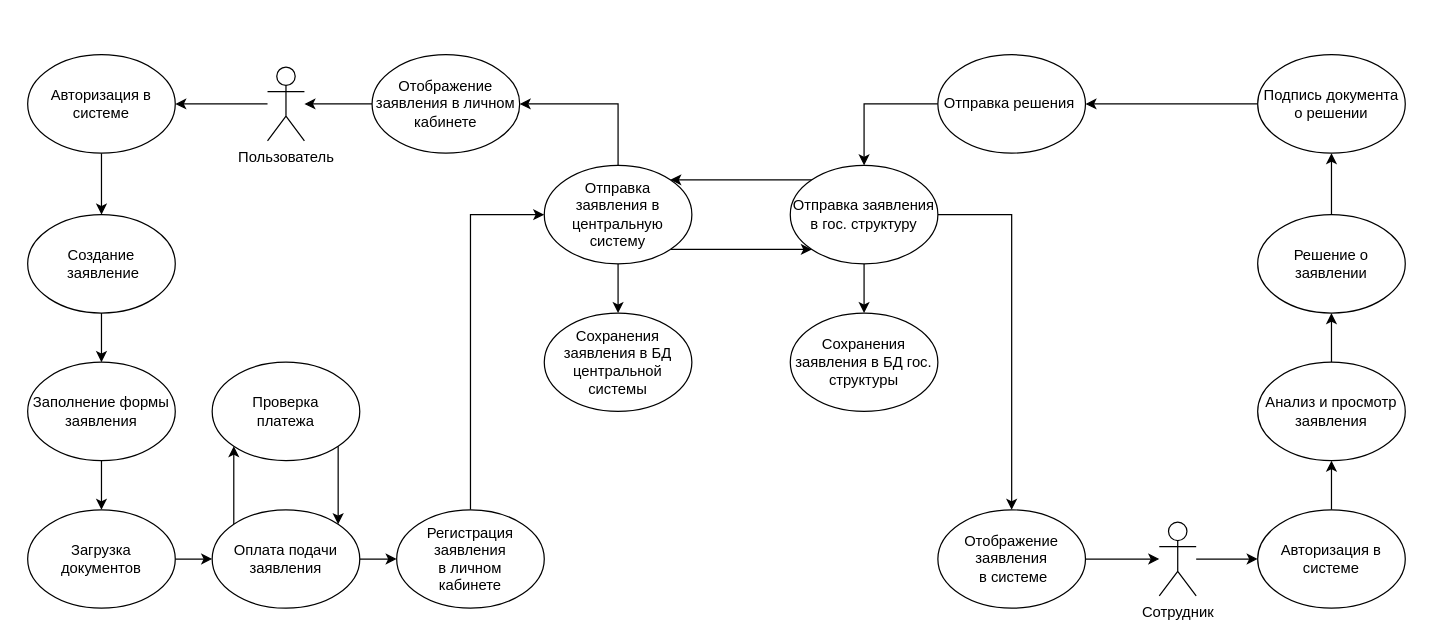
Above: Диаграмма без названия.drawio in Paremir/Asp.Net-2 (draw.io), before the change. Source tidied: cells renumbered, new cells numbered last; positions are measured from the earlier drawing's top-left corner, leaving out a move shared by most shapes. Both pictures are drawn from the tidied source at 123%, with x=0, y=0 at pixel (27, 54).
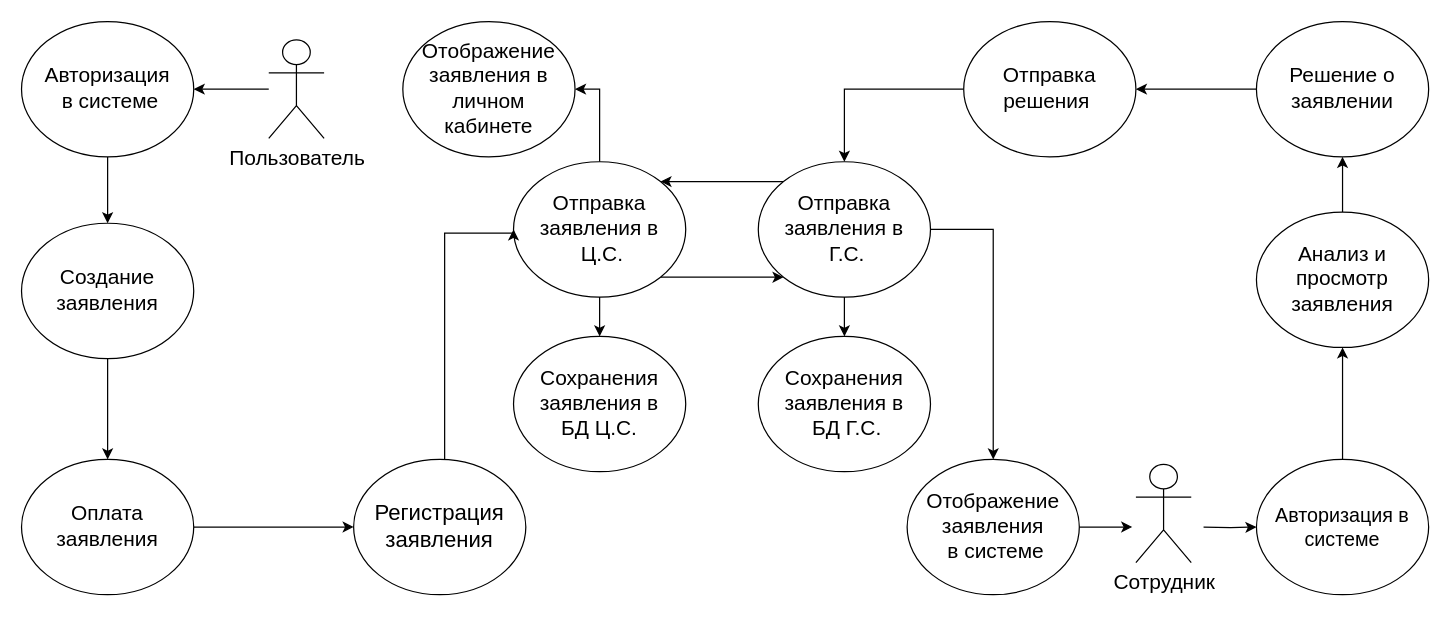
After the change.

What changed in the source:
```diff
@@
-    <mxCell id="3" value="Пользователь" style="shape=umlActor;verticalLabelPosition=bottom;verticalAlign=top;html=1;outlineConnect=0;" parent="1" vertex="1">
-      <mxGeometry x="195" y="10" width="30" height="60" as="geometry" />
+    <mxCell id="3" value="Пользователь" style="shape=umlActor;verticalLabelPosition=bottom;verticalAlign=top;html=1;outlineConnect=0;fontSize=17;" parent="1" vertex="1">
+      <mxGeometry x="196" y="-12" width="45" height="80" as="geometry" />
     </mxCell>
-    <mxCell id="4" style="edgeStyle=orthogonalEdgeStyle;rounded=0;jettySize=auto;html=1;entryX=0;entryY=0.5;entryDx=0;entryDy=0;" parent="1" edge="1" source="5" target="42">
-      <mxGeometry relative="1" as="geometry" />
+    <mxCell id="4" style="edgeStyle=orthogonalEdgeStyle;rounded=0;jettySize=auto;html=1;entryX=0;entryY=0.5;entryDx=0;entryDy=0;" parent="1" edge="1" target="42">
+      <mxGeometry relative="1" as="geometry">
+        <mxPoint x="956" y="384" as="sourcePoint" />
+      </mxGeometry>
     </mxCell>
-    <mxCell id="5" value="Сотрудник" style="shape=umlActor;verticalLabelPosition=bottom;verticalAlign=top;html=1;outlineConnect=0;" parent="1" vertex="1">
-      <mxGeometry x="920" y="380" width="30" height="60" as="geometry" />
-    </mxCell>
-    <mxCell id="6" style="edgeStyle=orthogonalEdgeStyle;rounded=0;jettySize=auto;html=1;entryX=0.5;entryY=0;entryDx=0;entryDy=0;" parent="1" edge="1" source="7" target="9">
+    <mxCell id="6" style="edgeStyle=orthogonalEdgeStyle;rounded=0;jettySize=auto;html=1;entryX=0.5;entryY=0;entryDx=0;entryDy=0;" parent="1" edge="1" source="7" target="46">
       <mxGeometry relative="1" as="geometry" />
     </mxCell>
-    <mxCell id="7" value="Авторизация в системе" style="ellipse;whiteSpace=wrap;html=1;" parent="1" vertex="1">
-      <mxGeometry width="120" height="80" as="geometry" />
+    <mxCell id="7" value="&lt;font style=&quot;font-size: 17px;&quot;&gt;Авторизация&lt;br&gt;&amp;nbsp;в системе&lt;/font&gt;" style="ellipse;whiteSpace=wrap;html=1;" parent="1" vertex="1">
+      <mxGeometry x="-5" y="-27" width="140" height="110" as="geometry" />
     </mxCell>
-    <mxCell id="8" style="edgeStyle=orthogonalEdgeStyle;rounded=0;jettySize=auto;html=1;" parent="1" edge="1" source="9" target="11">
+    <mxCell id="8" style="edgeStyle=orthogonalEdgeStyle;rounded=0;jettySize=auto;html=1;entryX=0.5;entryY=0;entryDx=0;entryDy=0;exitX=0.5;exitY=1;exitDx=0;exitDy=0;" parent="1" edge="1" source="46" target="20">
       <mxGeometry relative="1" as="geometry" />
     </mxCell>
-    <mxCell id="9" value="Создание&lt;br&gt;&amp;nbsp;заявление" style="ellipse;whiteSpace=wrap;html=1;" parent="1" vertex="1">
-      <mxGeometry y="130" width="120" height="80" as="geometry" />
-    </mxCell>
-    <mxCell id="10" style="edgeStyle=orthogonalEdgeStyle;rounded=0;jettySize=auto;html=1;" parent="1" edge="1" source="11" target="13">
-      <mxGeometry relative="1" as="geometry" />
-    </mxCell>
-    <mxCell id="11" value="Заполнение формы заявления" style="ellipse;whiteSpace=wrap;html=1;" parent="1" vertex="1">
-      <mxGeometry y="250" width="120" height="80" as="geometry" />
-    </mxCell>
-    <mxCell id="12" style="edgeStyle=orthogonalEdgeStyle;rounded=0;jettySize=auto;html=1;entryX=0;entryY=0.5;entryDx=0;entryDy=0;" parent="1" edge="1" source="13" target="20">
-      <mxGeometry relative="1" as="geometry" />
-    </mxCell>
-    <mxCell id="13" value="Загрузка &lt;br&gt;документов" style="ellipse;whiteSpace=wrap;html=1;" parent="1" vertex="1">
-      <mxGeometry y="370" width="120" height="80" as="geometry" />
-    </mxCell>
@@
     <mxCell id="16" style="edgeStyle=orthogonalEdgeStyle;rounded=0;jettySize=auto;html=1;entryX=1;entryY=0.5;entryDx=0;entryDy=0;" parent="1" edge="1" source="17" target="38">
-      <mxGeometry relative="1" as="geometry">
-        <Array as="points">
-          <mxPoint x="480" y="40" />
-        </Array>
-      </mxGeometry>
+      <mxGeometry relative="1" as="geometry" />
     </mxCell>
-    <mxCell id="17" value="Отправка &lt;br&gt;заявления в центральную систему" style="ellipse;whiteSpace=wrap;html=1;" parent="1" vertex="1">
-      <mxGeometry x="420" y="90" width="120" height="80" as="geometry" />
+    <mxCell id="17" value="Отправка &lt;br style=&quot;font-size: 17px;&quot;&gt;заявления в&lt;br&gt;&amp;nbsp;Ц.С." style="ellipse;whiteSpace=wrap;html=1;fontSize=17;" parent="1" vertex="1">
+      <mxGeometry x="395" y="87" width="140" height="110" as="geometry" />
     </mxCell>
-    <mxCell id="18" style="edgeStyle=orthogonalEdgeStyle;rounded=0;jettySize=auto;html=1;entryX=0;entryY=0.5;entryDx=0;entryDy=0;" parent="1" edge="1" source="20" target="40">
+    <mxCell id="18" style="edgeStyle=orthogonalEdgeStyle;rounded=0;jettySize=auto;html=1;entryX=0;entryY=0.5;entryDx=0;entryDy=0;" parent="1" edge="1" source="20" target="48">
       <mxGeometry relative="1" as="geometry" />
     </mxCell>
-    <mxCell id="19" style="edgeStyle=orthogonalEdgeStyle;rounded=0;jettySize=auto;html=1;exitX=0;exitY=0;exitDx=0;exitDy=0;entryX=0;entryY=1;entryDx=0;entryDy=0;" parent="1" edge="1" source="20" target="44">
-      <mxGeometry relative="1" as="geometry" />
-    </mxCell>
-    <mxCell id="20" value="Оплата подачи заявления" style="ellipse;whiteSpace=wrap;html=1;" parent="1" vertex="1">
-      <mxGeometry x="150" y="370" width="120" height="80" as="geometry" />
+    <mxCell id="20" value="Оплата заявления" style="ellipse;whiteSpace=wrap;html=1;fontSize=17;" parent="1" vertex="1">
+      <mxGeometry x="-5" y="329" width="140" height="110" as="geometry" />
     </mxCell>
-    <mxCell id="21" value="Сохранения заявления в БД центральной системы" style="ellipse;whiteSpace=wrap;html=1;" parent="1" vertex="1">
-      <mxGeometry x="420" y="210" width="120" height="80" as="geometry" />
+    <mxCell id="21" value="Сохранения заявления в &lt;br&gt;БД Ц.С." style="ellipse;whiteSpace=wrap;html=1;fontSize=17;" parent="1" vertex="1">
+      <mxGeometry x="395" y="229" width="140" height="110" as="geometry" />
     </mxCell>
@@
+    <mxCell id="24" style="edgeStyle=orthogonalEdgeStyle;rounded=0;jettySize=auto;html=1;exitX=0;exitY=0;exitDx=0;exitDy=0;entryX=1;entryY=0;entryDx=0;entryDy=0;" parent="1" edge="1" source="25" target="17">
+      <mxGeometry relative="1" as="geometry" />
+    </mxCell>
-    <mxCell id="23" style="edgeStyle=orthogonalEdgeStyle;rounded=0;jettySize=auto;html=1;exitX=1;exitY=0.5;exitDx=0;exitDy=0;entryX=0.5;entryY=0;entryDx=0;entryDy=0;" parent="1" edge="1" source="25" target="27">
+    <mxCell id="23" style="edgeStyle=orthogonalEdgeStyle;rounded=0;jettySize=auto;html=1;entryX=0.5;entryY=0;entryDx=0;entryDy=0;" parent="1" edge="1" source="25" target="27">
       <mxGeometry relative="1" as="geometry">
         <Array as="points">
-          <mxPoint x="800" y="130" />
+          <mxPoint x="785" y="142" />
         </Array>
       </mxGeometry>
     </mxCell>
-    <mxCell id="24" style="edgeStyle=orthogonalEdgeStyle;rounded=0;jettySize=auto;html=1;exitX=0;exitY=0;exitDx=0;exitDy=0;entryX=1;entryY=0;entryDx=0;entryDy=0;" parent="1" edge="1" source="25" target="17">
-      <mxGeometry relative="1" as="geometry" />
-    </mxCell>
-    <mxCell id="25" value="Отправка заявления в гос. структуру" style="ellipse;whiteSpace=wrap;html=1;" parent="1" vertex="1">
-      <mxGeometry x="620" y="90" width="120" height="80" as="geometry" />
+    <mxCell id="25" value="Отправка заявления в&lt;br&gt;&amp;nbsp;Г.С." style="ellipse;whiteSpace=wrap;html=1;fontSize=17;" parent="1" vertex="1">
+      <mxGeometry x="594" y="87" width="140" height="110" as="geometry" />
     </mxCell>
-    <mxCell id="26" style="edgeStyle=orthogonalEdgeStyle;rounded=0;jettySize=auto;html=1;" parent="1" edge="1" source="27" target="5">
-      <mxGeometry relative="1" as="geometry" />
+    <mxCell id="26" style="edgeStyle=orthogonalEdgeStyle;rounded=0;jettySize=auto;html=1;exitX=1;exitY=0.5;exitDx=0;exitDy=0;" parent="1" edge="1" source="27">
+      <mxGeometry relative="1" as="geometry">
+        <mxPoint x="898" y="384" as="targetPoint" />
+      </mxGeometry>
     </mxCell>
-    <mxCell id="27" value="Отображение заявления&lt;br&gt;&amp;nbsp;в системе" style="ellipse;whiteSpace=wrap;html=1;" parent="1" vertex="1">
-      <mxGeometry x="740" y="370" width="120" height="80" as="geometry" />
-    </mxCell>
-    <mxCell id="28" value="Сохранения заявления в БД гос. структуры" style="ellipse;whiteSpace=wrap;html=1;" parent="1" vertex="1">
-      <mxGeometry x="620" y="210" width="120" height="80" as="geometry" />
+    <mxCell id="28" value="Сохранения заявления в&lt;br&gt;&amp;nbsp;БД Г.С." style="ellipse;whiteSpace=wrap;html=1;fontSize=17;" parent="1" vertex="1">
+      <mxGeometry x="594" y="229" width="140" height="110" as="geometry" />
     </mxCell>
-    <mxCell id="29" style="edgeStyle=orthogonalEdgeStyle;rounded=0;jettySize=auto;html=1;entryX=1;entryY=0.5;entryDx=0;entryDy=0;" parent="1" edge="1" source="30" target="36">
-      <mxGeometry relative="1" as="geometry" />
-    </mxCell>
-    <mxCell id="30" value="Подпись документа о решении" style="ellipse;whiteSpace=wrap;html=1;" parent="1" vertex="1">
-      <mxGeometry x="1000" width="120" height="80" as="geometry" />
-    </mxCell>
-    <mxCell id="31" style="edgeStyle=orthogonalEdgeStyle;rounded=0;jettySize=auto;html=1;entryX=0.5;entryY=1;entryDx=0;entryDy=0;" parent="1" edge="1" source="32" target="34">
+    <mxCell id="31" style="edgeStyle=orthogonalEdgeStyle;rounded=0;jettySize=auto;html=1;entryX=0.5;entryY=1;entryDx=0;entryDy=0;exitX=0.5;exitY=0;exitDx=0;exitDy=0;" parent="1" edge="1" source="32" target="34">
       <mxGeometry relative="1" as="geometry" />
     </mxCell>
-    <mxCell id="32" value="Анализ и просмотр заявления" style="ellipse;whiteSpace=wrap;html=1;" parent="1" vertex="1">
-      <mxGeometry x="1000" y="250" width="120" height="80" as="geometry" />
-    </mxCell>
-    <mxCell id="33" style="edgeStyle=orthogonalEdgeStyle;rounded=0;jettySize=auto;html=1;entryX=0.5;entryY=1;entryDx=0;entryDy=0;" parent="1" edge="1" source="34" target="30">
-      <mxGeometry relative="1" as="geometry" />
-    </mxCell>
-    <mxCell id="34" value="Решение о&lt;br&gt;заявлении" style="ellipse;whiteSpace=wrap;html=1;" parent="1" vertex="1">
-      <mxGeometry x="1000" y="130" width="120" height="80" as="geometry" />
-    </mxCell>
+    <mxCell id="45" style="edgeStyle=orthogonalEdgeStyle;rounded=0;jettySize=auto;html=1;entryX=1;entryY=0.5;entryDx=0;entryDy=0;exitX=0;exitY=0.5;exitDx=0;exitDy=0;" parent="1" edge="1" source="34" target="36">
+      <mxGeometry relative="1" as="geometry" />
+    </mxCell>
@@
-    <mxCell id="36" value="Отправка решения&amp;nbsp;" style="ellipse;whiteSpace=wrap;html=1;" parent="1" vertex="1">
-      <mxGeometry x="740" width="120" height="80" as="geometry" />
+    <mxCell id="36" value="Отправка решения&amp;nbsp;" style="ellipse;whiteSpace=wrap;html=1;fontSize=17;" parent="1" vertex="1">
+      <mxGeometry x="761" y="-27" width="140" height="110" as="geometry" />
     </mxCell>
-    <mxCell id="37" style="edgeStyle=orthogonalEdgeStyle;rounded=0;jettySize=auto;html=1;" parent="1" edge="1" source="38" target="3">
-      <mxGeometry relative="1" as="geometry" />
-    </mxCell>
-    <mxCell id="38" value="Отображение заявления в личном кабинете" style="ellipse;whiteSpace=wrap;html=1;" parent="1" vertex="1">
-      <mxGeometry x="280" width="120" height="80" as="geometry" />
+    <mxCell id="38" value="Отображение заявления в личном&lt;br&gt;кабинете" style="ellipse;whiteSpace=wrap;html=1;fontSize=17;" parent="1" vertex="1">
+      <mxGeometry x="305" y="-27" width="140" height="110" as="geometry" />
     </mxCell>
-    <mxCell id="39" style="edgeStyle=orthogonalEdgeStyle;rounded=0;jettySize=auto;html=1;entryX=0;entryY=0.5;entryDx=0;entryDy=0;" parent="1" edge="1" source="40" target="17">
-      <mxGeometry relative="1" as="geometry">
-        <Array as="points">
-          <mxPoint x="360" y="130" />
-        </Array>
-      </mxGeometry>
-    </mxCell>
-    <mxCell id="40" value="Регистрация заявления &lt;br&gt;в личном &lt;br&gt;кабинете" style="ellipse;whiteSpace=wrap;html=1;" parent="1" vertex="1">
-      <mxGeometry x="300" y="370" width="120" height="80" as="geometry" />
-    </mxCell>
-    <mxCell id="41" style="edgeStyle=orthogonalEdgeStyle;rounded=0;jettySize=auto;html=1;entryX=0.5;entryY=1;entryDx=0;entryDy=0;" parent="1" edge="1" source="42" target="32">
+    <mxCell id="41" style="edgeStyle=orthogonalEdgeStyle;rounded=0;jettySize=auto;html=1;entryX=0.5;entryY=1;entryDx=0;entryDy=0;exitX=0.5;exitY=0;exitDx=0;exitDy=0;" parent="1" edge="1" source="42" target="32">
       <mxGeometry relative="1" as="geometry" />
     </mxCell>
+    <mxCell id="46" value="Создание заявления" style="ellipse;whiteSpace=wrap;html=1;fontSize=17;" parent="1" vertex="1">
+      <mxGeometry x="-5" y="137" width="140" height="110" as="geometry" />
+    </mxCell>
+    <mxCell id="47" style="edgeStyle=orthogonalEdgeStyle;rounded=0;jettySize=auto;html=1;entryX=0;entryY=0.5;entryDx=0;entryDy=0;" parent="1" edge="1" source="48" target="17">
+      <mxGeometry relative="1" as="geometry">
+        <Array as="points">
+          <mxPoint x="339" y="145" />
+        </Array>
+      </mxGeometry>
+    </mxCell>
+    <mxCell id="48" value="&lt;font style=&quot;font-size: 18px;&quot;&gt;Регистрация заявления&lt;/font&gt;" style="ellipse;whiteSpace=wrap;html=1;fillColor=default;strokeColor=default;fontSize=17;" parent="1" vertex="1">
+      <mxGeometry x="265" y="329" width="140" height="110" as="geometry" />
+    </mxCell>
+    <mxCell id="32" value="Анализ и просмотр заявления" style="ellipse;whiteSpace=wrap;html=1;fontSize=17;" parent="1" vertex="1">
+      <mxGeometry x="999" y="128" width="140" height="110" as="geometry" />
+    </mxCell>
-    <mxCell id="42" value="Авторизация в системе" style="ellipse;whiteSpace=wrap;html=1;" parent="1" vertex="1">
-      <mxGeometry x="1000" y="370" width="120" height="80" as="geometry" />
+    <mxCell id="42" value="Авторизация в системе" style="ellipse;whiteSpace=wrap;html=1;fontSize=16;" parent="1" vertex="1">
+      <mxGeometry x="999" y="329" width="140" height="110" as="geometry" />
     </mxCell>
-    <mxCell id="43" style="edgeStyle=orthogonalEdgeStyle;rounded=0;jettySize=auto;html=1;exitX=1;exitY=1;exitDx=0;exitDy=0;entryX=1;entryY=0;entryDx=0;entryDy=0;" parent="1" edge="1" source="44" target="20">
-      <mxGeometry relative="1" as="geometry" />
-    </mxCell>
-    <mxCell id="44" value="Проверка &lt;br&gt;платежа" style="ellipse;whiteSpace=wrap;html=1;fillColor=default;strokeColor=default;" parent="1" vertex="1">
-      <mxGeometry x="150" y="250" width="120" height="80" as="geometry" />
-    </mxCell>
+    <mxCell id="34" value="Решение о&lt;br style=&quot;border-color: var(--border-color); font-size: 17px;&quot;&gt;заявлении" style="ellipse;whiteSpace=wrap;html=1;fontSize=17;" parent="1" vertex="1">
+      <mxGeometry x="999" y="-27" width="140" height="110" as="geometry" />
+    </mxCell>
+    <mxCell id="27" value="Отображение заявления&lt;br style=&quot;border-color: var(--border-color); font-size: 17px;&quot;&gt;&amp;nbsp;в системе" style="ellipse;whiteSpace=wrap;html=1;fontSize=17;" parent="1" vertex="1">
+      <mxGeometry x="715" y="329" width="140" height="110" as="geometry" />
+    </mxCell>
+    <mxCell id="5" value="Сотрудник" style="shape=umlActor;verticalLabelPosition=bottom;verticalAlign=top;html=1;outlineConnect=0;fontSize=17;" parent="1" vertex="1">
+      <mxGeometry x="901" y="333" width="45" height="80" as="geometry" />
+    </mxCell>
```
